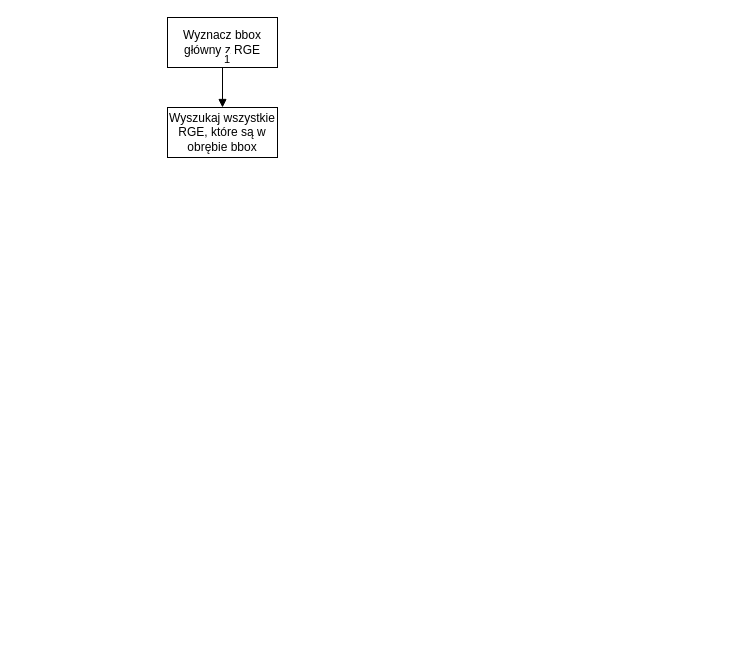
Above: Diagram bez tytułu.drawio in teamw2org/ReactPrototype (draw.io), before the change. Source tidied: cells renumbered, new cells numbered last; positions are measured from the earlier drawing's top-left corner, leaving out a move shared by most shapes. Both pictures are drawn from the tidied source at 100%, with x=0, y=0 at pixel (167, 17).
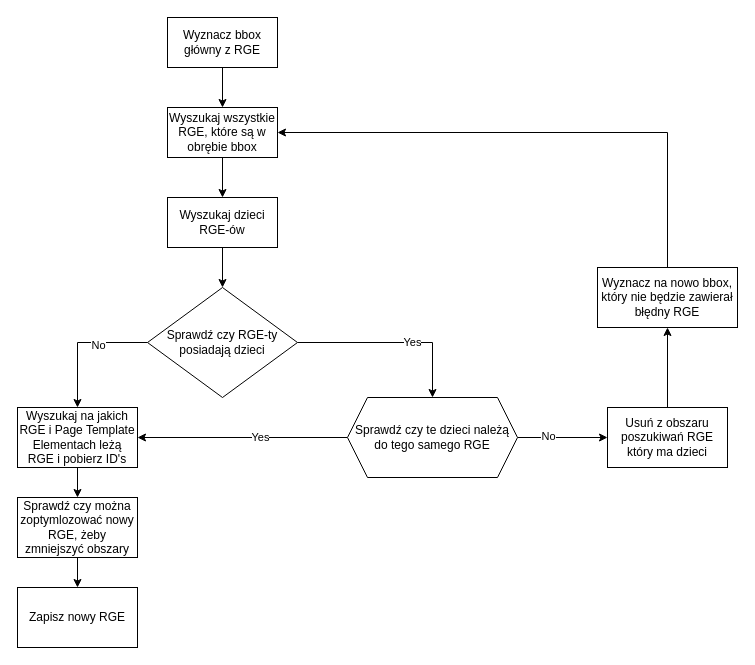
The same page after the edit.

The change refers to these unchanged cells:
```xml
<mxCell id="2" value="Wyznacz bbox główny z RGE" style="html=1;whiteSpace=wrap;" parent="1" vertex="1">
  <mxGeometry width="110" height="50" as="geometry" />
</mxCell>
<mxCell id="3" value="Wyszukaj wszystkie RGE, które są w obrębie bbox" style="html=1;whiteSpace=wrap;" parent="1" vertex="1">
  <mxGeometry y="90" width="110" height="50" as="geometry" />
</mxCell>
```

Diff of the diagram source:
```diff
@@
+    <mxCell id="4" style="edgeStyle=orthogonalEdgeStyle;rounded=0;jettySize=auto;html=1;" parent="1" edge="1" source="2" target="3">
+      <mxGeometry relative="1" as="geometry" />
+    </mxCell>
@@
+    <mxCell id="6" style="edgeStyle=orthogonalEdgeStyle;rounded=0;jettySize=auto;html=1;" parent="1" edge="1" source="3" target="8">
+      <mxGeometry relative="1" as="geometry" />
+    </mxCell>
@@
-    <mxCell id="4" style="endArrow=block;endFill=1;html=1;edgeStyle=orthogonalEdgeStyle;align=left;verticalAlign=top;rounded=0;exitX=0.5;exitY=1;exitDx=0;exitDy=0;entryX=0.5;entryY=0;entryDx=0;entryDy=0;" parent="1" edge="1" source="2" target="3">
-      <mxGeometry x="-1" relative="1" as="geometry" />
-    </mxCell>
-    <mxCell id="5" value="1" style="edgeLabel;html=1;align=left;verticalAlign=bottom;" parent="4" vertex="1">
-      <mxGeometry x="-1" relative="1" as="geometry" />
-    </mxCell>
+    <mxCell id="7" style="edgeStyle=orthogonalEdgeStyle;rounded=0;jettySize=auto;html=1;entryX=0.5;entryY=0;entryDx=0;entryDy=0;" parent="1" edge="1" source="8" target="13">
+      <mxGeometry relative="1" as="geometry" />
+    </mxCell>
+    <mxCell id="8" value="Wyszukaj dzieci RGE-ów" style="html=1;whiteSpace=wrap;" parent="1" vertex="1">
+      <mxGeometry y="180" width="110" height="50" as="geometry" />
+    </mxCell>
+    <mxCell id="9" style="edgeStyle=orthogonalEdgeStyle;rounded=0;jettySize=auto;html=1;entryX=0.5;entryY=0;entryDx=0;entryDy=0;" parent="1" edge="1" source="13" target="23">
+      <mxGeometry relative="1" as="geometry">
+        <Array as="points">
+          <mxPoint x="265" y="325" />
+        </Array>
+      </mxGeometry>
+    </mxCell>
+    <mxCell id="10" value="Yes&lt;br&gt;" style="edgeLabel;html=1;align=center;verticalAlign=middle;" parent="9" vertex="1">
+      <mxGeometry x="0.2" y="1" relative="1" as="geometry" />
+    </mxCell>
+    <mxCell id="11" style="edgeStyle=orthogonalEdgeStyle;rounded=0;jettySize=auto;html=1;" parent="1" edge="1" source="13" target="15">
+      <mxGeometry relative="1" as="geometry" />
+    </mxCell>
+    <mxCell id="12" value="No" style="edgeLabel;html=1;align=center;verticalAlign=middle;" parent="11" vertex="1">
+      <mxGeometry x="-0.26" y="2" relative="1" as="geometry" />
+    </mxCell>
+    <mxCell id="13" value="Sprawdź czy RGE-ty posiadają dzieci" style="rhombus;whiteSpace=wrap;html=1;" parent="1" vertex="1">
+      <mxGeometry x="-20" y="270" width="150" height="110" as="geometry" />
+    </mxCell>
+    <mxCell id="14" style="edgeStyle=orthogonalEdgeStyle;rounded=0;jettySize=auto;html=1;" parent="1" edge="1" source="15" target="17">
+      <mxGeometry relative="1" as="geometry" />
+    </mxCell>
+    <mxCell id="15" value="Wyszukaj na jakich RGE i Page Template Elementach leżą RGE i pobierz ID's" style="whiteSpace=wrap;html=1;" parent="1" vertex="1">
+      <mxGeometry x="-150" y="390" width="120" height="60" as="geometry" />
+    </mxCell>
+    <mxCell id="16" style="edgeStyle=orthogonalEdgeStyle;rounded=0;jettySize=auto;html=1;" parent="1" edge="1" source="17" target="18">
+      <mxGeometry relative="1" as="geometry" />
+    </mxCell>
+    <mxCell id="17" value="Sprawdź czy można zoptymlozować nowy RGE, żeby zmniejszyć obszary" style="whiteSpace=wrap;html=1;" parent="1" vertex="1">
+      <mxGeometry x="-150" y="480" width="120" height="60" as="geometry" />
+    </mxCell>
+    <mxCell id="18" value="Zapisz nowy RGE" style="whiteSpace=wrap;html=1;" parent="1" vertex="1">
+      <mxGeometry x="-150" y="570" width="120" height="60" as="geometry" />
+    </mxCell>
+    <mxCell id="19" style="edgeStyle=orthogonalEdgeStyle;rounded=0;jettySize=auto;html=1;" parent="1" edge="1" source="23" target="15">
+      <mxGeometry relative="1" as="geometry" />
+    </mxCell>
+    <mxCell id="20" value="Yes" style="edgeLabel;html=1;align=center;verticalAlign=middle;" parent="19" vertex="1">
+      <mxGeometry x="-0.16" y="-1" relative="1" as="geometry" />
+    </mxCell>
+    <mxCell id="21" style="edgeStyle=orthogonalEdgeStyle;rounded=0;jettySize=auto;html=1;" parent="1" edge="1" source="23" target="25">
+      <mxGeometry relative="1" as="geometry" />
+    </mxCell>
+    <mxCell id="22" value="No" style="edgeLabel;html=1;align=center;verticalAlign=middle;" parent="21" vertex="1">
+      <mxGeometry x="-0.33" y="2" relative="1" as="geometry" />
+    </mxCell>
+    <mxCell id="23" value="Sprawdź czy te dzieci należą do tego samego RGE" style="shape=hexagon;perimeter=hexagonPerimeter2;whiteSpace=wrap;html=1;fixedSize=1;" parent="1" vertex="1">
+      <mxGeometry x="180" y="380" width="170" height="80" as="geometry" />
+    </mxCell>
+    <mxCell id="24" style="edgeStyle=orthogonalEdgeStyle;rounded=0;jettySize=auto;html=1;" parent="1" edge="1" source="25" target="26">
+      <mxGeometry relative="1" as="geometry" />
+    </mxCell>
+    <mxCell id="25" value="Usuń z obszaru poszukiwań RGE który ma dzieci" style="whiteSpace=wrap;html=1;" parent="1" vertex="1">
+      <mxGeometry x="440" y="390" width="120" height="60" as="geometry" />
+    </mxCell>
+    <mxCell id="26" value="Wyznacz na nowo bbox, który nie będzie zawierał błędny RGE" style="whiteSpace=wrap;html=1;" parent="1" vertex="1">
+      <mxGeometry x="430" y="250" width="140" height="60" as="geometry" />
+    </mxCell>
+    <mxCell id="27" style="endArrow=classic;html=1;rounded=0;entryX=1;entryY=0.5;entryDx=0;entryDy=0;exitX=0.5;exitY=0;exitDx=0;exitDy=0;" parent="1" edge="1" source="26" target="3">
+      <mxGeometry relative="1" as="geometry">
+        <Array as="points">
+          <mxPoint x="500" y="115" />
+        </Array>
+      </mxGeometry>
+    </mxCell>
```
